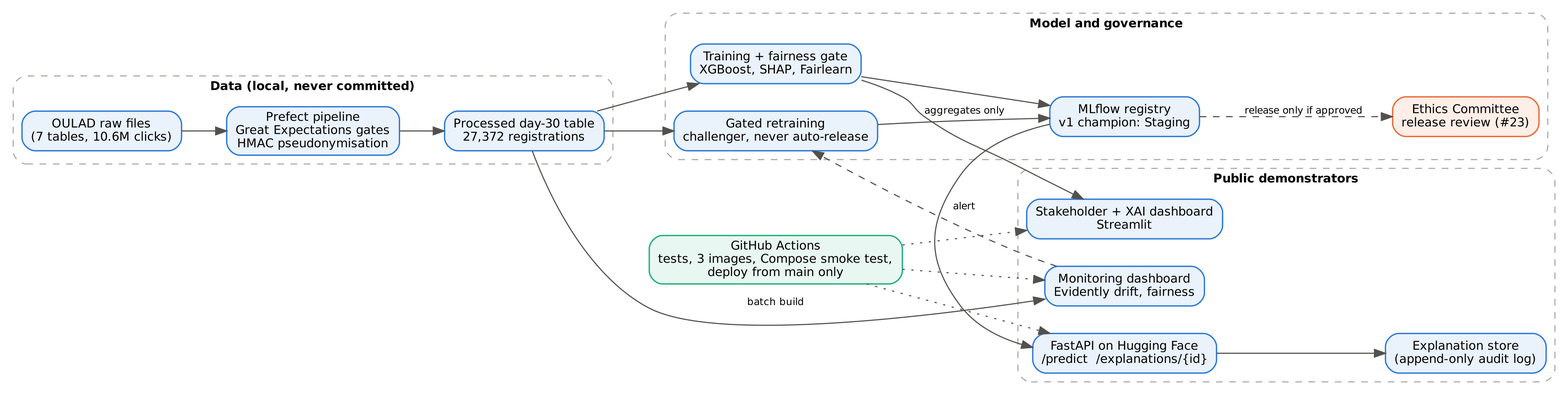
dbature/learner-risk-segmentation keeps this Graphviz diagram as docs/evidence/final/system_architecture.png. Above is the earlier version. Its source is kept beside it as docs/evidence/final/system_architecture.dot.
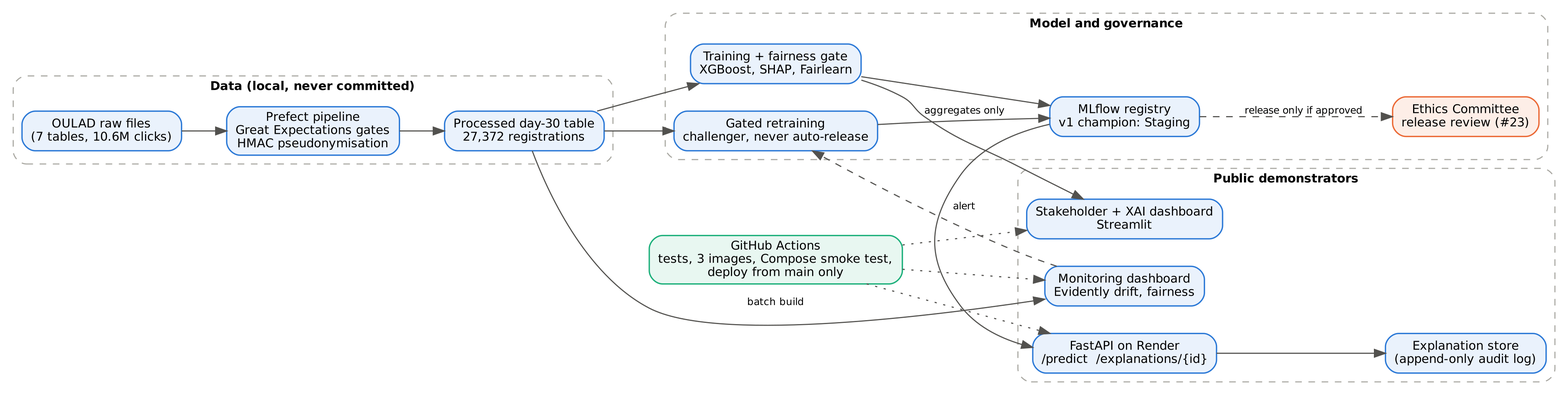
After the change.

Commit message:
Deploy the API to Render from CI

The edit, as a diff of the source:
```diff
@@ -14,7 +14,7 @@
     ethics [label="Ethics Committee\nrelease review (#23)", fillcolor="#fdeee7", color="#eb6834"];
   }
   subgraph cluster_serve { label="Public demonstrators"; fontname="Helvetica-Bold"; fontsize=11; color="#a9a8a2"; style="rounded,dashed";
-    api [label="FastAPI on Hugging Face\n/predict  /explanations/{id}"];
+    api [label="FastAPI on Render\n/predict  /explanations/{id}"];
     store [label="Explanation store\n(append-only audit log)"];
     dash [label="Stakeholder + XAI dashboard\nStreamlit"];
     mon [label="Monitoring dashboard\nEvidently drift, fairness"];
```
